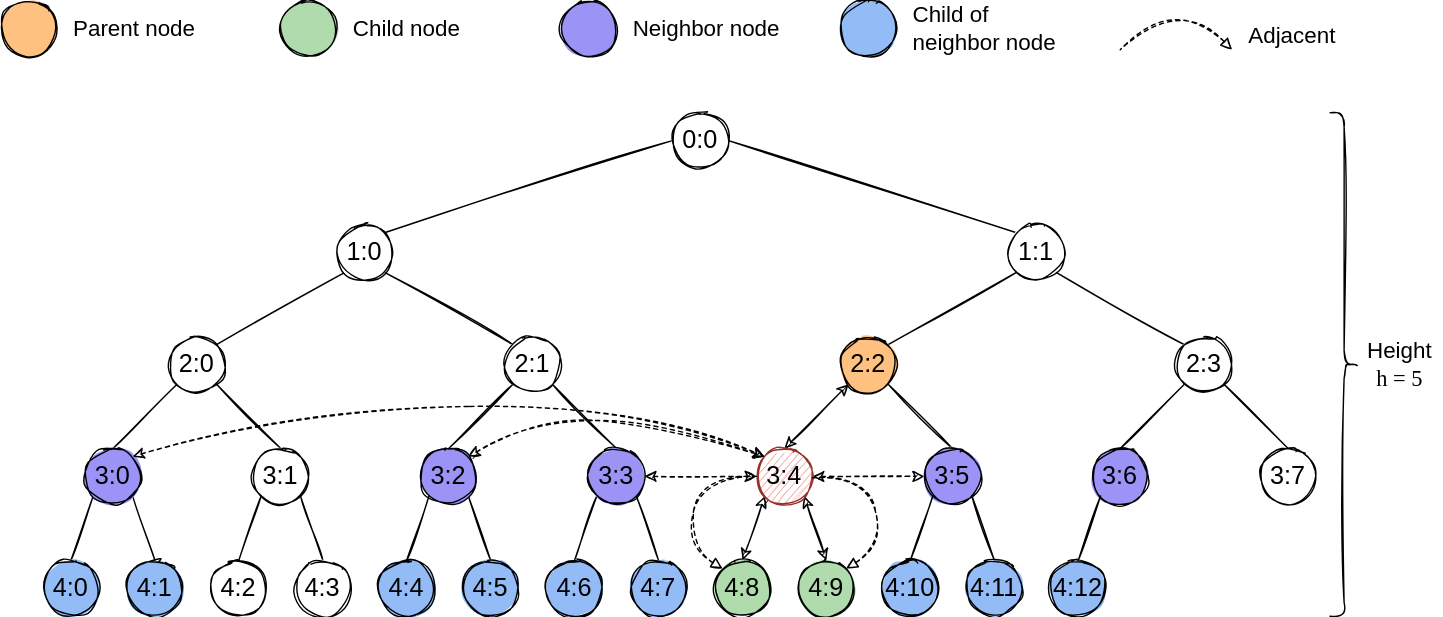
Earlier version of the draw.io export minhton/docs/img/minhton_links.svg (iml130/sola). Source tidied: cells renumbered, new cells last; positions are measured from the earlier drawing's top-left corner, leaving out a move shared by most shapes.
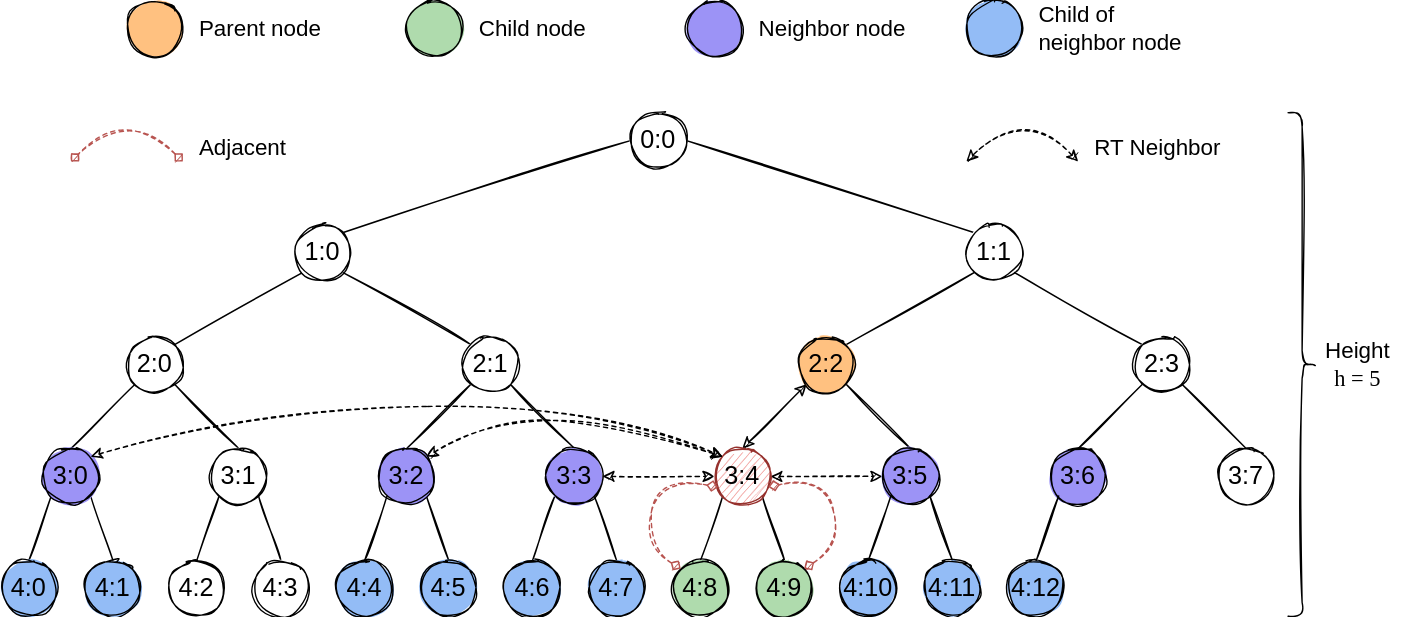
The same diagram one commit later.

Commit message:
docs(minhton): Fix consistency

Diff of the diagram source:
```diff
@@ -104,10 +104,10 @@
     <mxCell id="35" value="3:3" style="ellipse;whiteSpace=wrap;html=1;fontSize=18;verticalAlign=middle;horizontal=1;fillColor=#9c93f6;strokeColor=#000000;sketch=1;curveFitting=1;jiggle=1;fillStyle=solid;" parent="1" vertex="1">
       <mxGeometry x="420" y="325" width="40" height="40" as="geometry" />
     </mxCell>
-    <mxCell id="36" style="rounded=0;jettySize=auto;html=1;exitX=0;exitY=1;exitDx=0;exitDy=0;entryX=0.5;entryY=0;entryDx=0;entryDy=0;endArrow=classic;endFill=1;startArrow=classic;startFill=1;sketch=1;curveFitting=1;jiggle=1;" parent="1" edge="1" source="39" target="51">
+    <mxCell id="36" style="rounded=0;jettySize=auto;html=1;exitX=0;exitY=1;exitDx=0;exitDy=0;entryX=0.5;entryY=0;entryDx=0;entryDy=0;endArrow=none;endFill=0;startArrow=none;startFill=0;sketch=1;curveFitting=1;jiggle=1;" parent="1" edge="1" source="39" target="51">
       <mxGeometry relative="1" as="geometry" />
     </mxCell>
-    <mxCell id="37" style="rounded=0;jettySize=auto;html=1;exitX=1;exitY=1;exitDx=0;exitDy=0;entryX=0.5;entryY=0;entryDx=0;entryDy=0;endArrow=classic;endFill=1;startArrow=classic;startFill=1;sketch=1;curveFitting=1;jiggle=1;" parent="1" edge="1" source="39" target="52">
+    <mxCell id="37" style="rounded=0;jettySize=auto;html=1;exitX=1;exitY=1;exitDx=0;exitDy=0;entryX=0.5;entryY=0;entryDx=0;entryDy=0;endArrow=none;endFill=0;startArrow=none;startFill=0;sketch=1;curveFitting=1;jiggle=1;" parent="1" edge="1" source="39" target="52">
       <mxGeometry relative="1" as="geometry" />
     </mxCell>
     <mxCell id="38" style="edgeStyle=orthogonalEdgeStyle;rounded=0;jettySize=auto;html=1;exitX=1;exitY=0.5;exitDx=0;exitDy=0;entryX=0;entryY=0.5;entryDx=0;entryDy=0;startArrow=classic;startFill=1;dashed=1;sketch=1;curveFitting=1;jiggle=1;" parent="1" edge="1" source="39" target="40">
@@ -202,7 +202,7 @@
         </Array>
       </mxGeometry>
     </mxCell>
-    <mxCell id="63" style="curved=1;endArrow=none;html=1;rounded=0;exitX=0;exitY=0;exitDx=0;exitDy=0;entryX=0;entryY=0.5;entryDx=0;entryDy=0;startArrow=block;startFill=0;dashed=1;endFill=0;sketch=1;curveFitting=1;jiggle=1;" parent="1" edge="1" source="51" target="39">
+    <mxCell id="63" style="curved=1;endArrow=diamond;html=1;rounded=0;exitX=0;exitY=0;exitDx=0;exitDy=0;entryX=0.062;entryY=0.692;entryDx=0;entryDy=0;startArrow=diamond;startFill=1;dashed=1;endFill=1;sketch=1;curveFitting=1;jiggle=1;fillColor=#f8cecc;strokeColor=#b85450;entryPerimeter=0;" parent="1" edge="1" source="51" target="39">
       <mxGeometry relative="1" as="geometry">
         <Array as="points">
           <mxPoint x="490" y="395" />
@@ -210,9 +210,8 @@
         </Array>
       </mxGeometry>
     </mxCell>
-    <mxCell id="64" style="curved=1;endArrow=none;html=1;rounded=0;exitX=1;exitY=0;exitDx=0;exitDy=0;entryX=0;entryY=0.5;entryDx=0;entryDy=0;startArrow=block;startFill=0;dashed=1;endFill=0;sketch=1;curveFitting=1;jiggle=1;" parent="1" edge="1" source="52">
+    <mxCell id="64" style="curved=1;endArrow=diamond;html=1;rounded=0;exitX=1;exitY=0;exitDx=0;exitDy=0;entryX=0.964;entryY=0.686;entryDx=0;entryDy=0;startArrow=diamond;startFill=1;dashed=1;endFill=1;sketch=1;curveFitting=1;jiggle=1;fillColor=#f8cecc;strokeColor=#b85450;entryPerimeter=0;" parent="1" edge="1" source="52" target="39">
       <mxGeometry relative="1" as="geometry">
-        <mxPoint x="580" y="346" as="targetPoint" />
         <Array as="points">
           <mxPoint x="630" y="395" />
           <mxPoint x="620" y="345" />
@@ -220,40 +219,52 @@
       </mxGeometry>
     </mxCell>
     <mxCell id="65" style="ellipse;whiteSpace=wrap;html=1;fontSize=18;verticalAlign=middle;horizontal=1;fillColor=#ffc180;strokeColor=#000000;sketch=1;curveFitting=1;jiggle=1;fillStyle=solid;" parent="1" vertex="1">
-      <mxGeometry y="5" width="40" height="40" as="geometry" />
+      <mxGeometry x="120" y="5" width="40" height="40" as="geometry" />
     </mxCell>
     <mxCell id="66" value="&lt;font style=&quot;font-size: 16px;&quot;&gt;Parent node&lt;/font&gt;" style="text;html=1;strokeColor=none;fillColor=none;align=left;verticalAlign=middle;whiteSpace=wrap;rounded=0;sketch=1;curveFitting=1;jiggle=1;fontSize=16;" parent="1" vertex="1">
-      <mxGeometry x="50" y="10" width="110" height="30" as="geometry" />
+      <mxGeometry x="170" y="10" width="110" height="30" as="geometry" />
     </mxCell>
     <mxCell id="67" style="ellipse;whiteSpace=wrap;html=1;fontSize=18;verticalAlign=middle;horizontal=1;fillStyle=solid;fillColor=#AFDBAD;strokeColor=#000000;sketch=1;curveFitting=1;jiggle=1;" parent="1" vertex="1">
-      <mxGeometry x="200" y="5" width="40" height="40" as="geometry" />
+      <mxGeometry x="320" y="5" width="40" height="40" as="geometry" />
     </mxCell>
     <mxCell id="68" value="Child node" style="text;html=1;strokeColor=none;fillColor=none;align=left;verticalAlign=middle;whiteSpace=wrap;rounded=0;fontSize=16;sketch=1;curveFitting=1;jiggle=1;" parent="1" vertex="1">
-      <mxGeometry x="250" y="10" width="110" height="30" as="geometry" />
+      <mxGeometry x="370" y="10" width="110" height="30" as="geometry" />
     </mxCell>
     <mxCell id="69" style="ellipse;whiteSpace=wrap;html=1;fontSize=18;verticalAlign=middle;horizontal=1;fillColor=#9c93f6;strokeColor=#000000;sketch=1;curveFitting=1;jiggle=1;fillStyle=solid;" parent="1" vertex="1">
-      <mxGeometry x="400" y="5" width="40" height="40" as="geometry" />
+      <mxGeometry x="520" y="5" width="40" height="40" as="geometry" />
     </mxCell>
     <mxCell id="70" value="Neighbor node" style="text;html=1;strokeColor=none;fillColor=none;align=left;verticalAlign=middle;whiteSpace=wrap;rounded=0;fontSize=16;sketch=1;curveFitting=1;jiggle=1;" parent="1" vertex="1">
-      <mxGeometry x="450" y="10" width="110" height="30" as="geometry" />
+      <mxGeometry x="570" y="10" width="110" height="30" as="geometry" />
     </mxCell>
     <mxCell id="71" style="ellipse;whiteSpace=wrap;html=1;fontSize=18;verticalAlign=middle;horizontal=1;fillColor=#93bcf6;strokeColor=#000000;sketch=1;curveFitting=1;jiggle=1;fillStyle=solid;" parent="1" vertex="1">
-      <mxGeometry x="600" y="5" width="40" height="40" as="geometry" />
+      <mxGeometry x="720" y="5" width="40" height="40" as="geometry" />
     </mxCell>
     <mxCell id="72" value="Child of neighbor node" style="text;html=1;strokeColor=none;fillColor=none;align=left;verticalAlign=middle;whiteSpace=wrap;rounded=0;fontSize=16;sketch=1;curveFitting=1;jiggle=1;" parent="1" vertex="1">
-      <mxGeometry x="650" y="10" width="110" height="30" as="geometry" />
+      <mxGeometry x="770" y="10" width="110" height="30" as="geometry" />
     </mxCell>
-    <mxCell id="73" style="curved=1;endArrow=none;html=1;rounded=0;startArrow=block;startFill=0;dashed=1;endFill=0;sketch=1;curveFitting=1;jiggle=1;" parent="1" edge="1">
+    <mxCell id="73" style="curved=1;endArrow=diamond;html=1;rounded=0;startArrow=diamond;startFill=1;dashed=1;endFill=1;sketch=1;curveFitting=1;jiggle=1;fillColor=#f8cecc;strokeColor=#b85450;" parent="1" edge="1">
       <mxGeometry relative="1" as="geometry">
-        <mxPoint x="880" y="40" as="sourcePoint" />
-        <mxPoint x="800" y="40" as="targetPoint" />
+        <mxPoint x="160" y="120" as="sourcePoint" />
+        <mxPoint x="80" y="120" as="targetPoint" />
         <Array as="points">
-          <mxPoint x="840" />
+          <mxPoint x="120" y="80" />
         </Array>
       </mxGeometry>
     </mxCell>
     <mxCell id="74" value="Adjacent" style="text;html=1;strokeColor=none;fillColor=none;align=left;verticalAlign=middle;whiteSpace=wrap;rounded=0;fontSize=16;sketch=1;curveFitting=1;jiggle=1;" parent="1" vertex="1">
-      <mxGeometry x="890" y="15" width="110" height="30" as="geometry" />
+      <mxGeometry x="170" y="95" width="110" height="30" as="geometry" />
     </mxCell>
+    <mxCell id="75" style="curved=1;endArrow=classic;html=1;rounded=0;startArrow=classic;startFill=1;dashed=1;endFill=1;sketch=1;curveFitting=1;jiggle=1;fillColor=#f8cecc;strokeColor=#000000;" parent="1" edge="1">
+      <mxGeometry relative="1" as="geometry">
+        <mxPoint x="800" y="120" as="sourcePoint" />
+        <mxPoint x="720" y="120" as="targetPoint" />
+        <Array as="points">
+          <mxPoint x="760" y="80" />
+        </Array>
+      </mxGeometry>
+    </mxCell>
+    <mxCell id="76" value="RT Neighbor" style="text;html=1;strokeColor=none;fillColor=none;align=left;verticalAlign=middle;whiteSpace=wrap;rounded=0;fontSize=16;sketch=1;curveFitting=1;jiggle=1;" parent="1" vertex="1">
+      <mxGeometry x="810" y="95" width="110" height="30" as="geometry" />
+    </mxCell>
   </root>
 </mxGraphModel>
```
